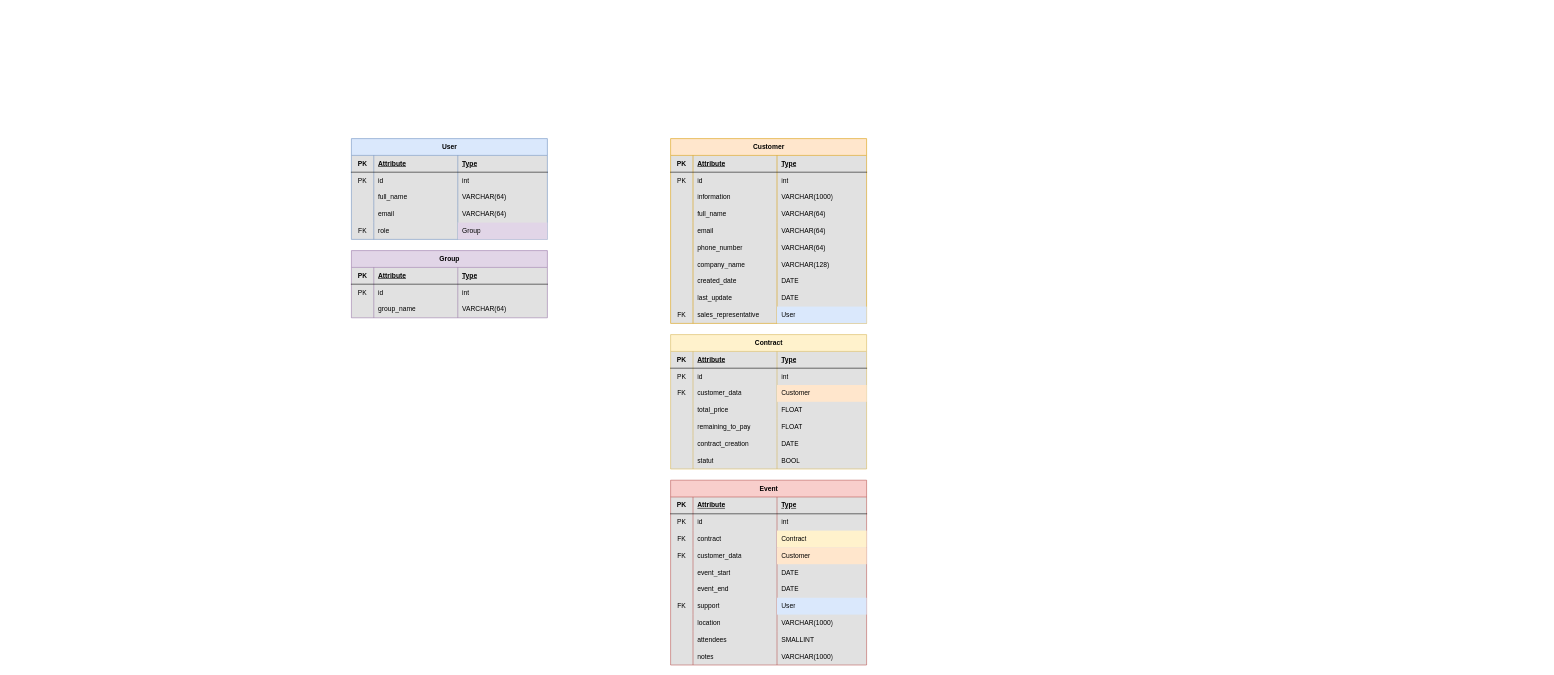
The draw.io diagram class_diagrams.drawio in CuteSlime/P12_Developpez_une_architecture_back-end_securisee_avec_Python_et_SQL, before the edit. Source tidied: cells renumbered, new cells numbered last; positions are measured from the earlier drawing's top-left corner, leaving out a move shared by most shapes. Both pictures are drawn from the tidied source at 56%, with x=0, y=0 at pixel (351, 138).
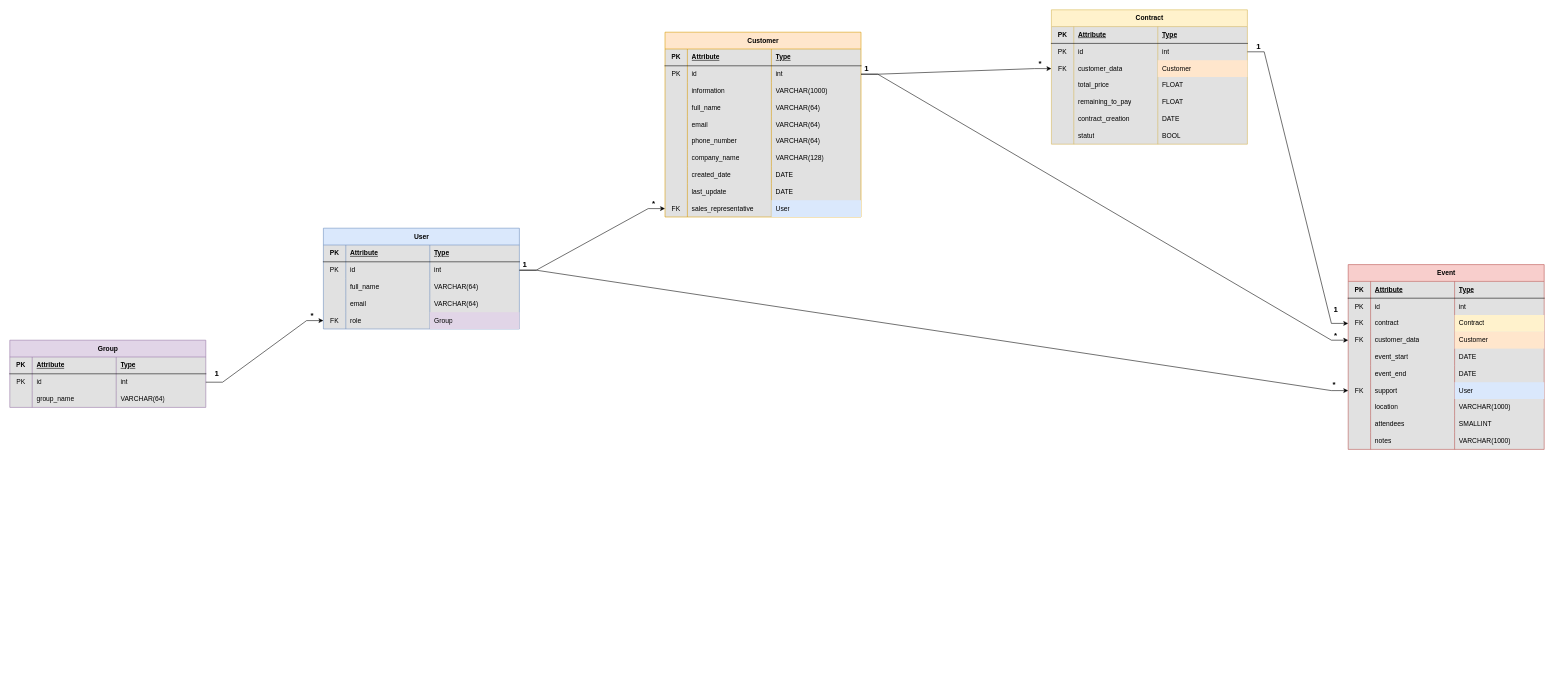
The same diagram, later.

Commit message:
Mettre à jour class_diagrams.drawio

The change refers to these unchanged cells:
```xml
<mxCell id="7" style="shape=tableRow;horizontal=0;startSize=0;swimlaneHead=0;swimlaneBody=0;fillColor=none;points=[[0,0.5],[1,0.5]];portConstraint=eastwest;top=0;left=0;right=0;bottom=0;" parent="2" vertex="1">
  <mxGeometry y="60" width="350" height="30" as="geometry" />
</mxCell>
<mxCell id="39" style="shape=tableRow;horizontal=0;startSize=0;swimlaneHead=0;swimlaneBody=0;fillColor=none;points=[[0,0.5],[1,0.5]];portConstraint=eastwest;top=0;left=0;right=0;bottom=0;" parent="2" vertex="1">
  <mxGeometry y="300" width="350" height="30" as="geometry" />
</mxCell>
<mxCell id="48" style="shape=tableRow;horizontal=0;startSize=0;swimlaneHead=0;swimlaneBody=0;fillColor=none;points=[[0,0.5],[1,0.5]];portConstraint=eastwest;top=0;left=0;right=0;bottom=0;" parent="43" vertex="1">
  <mxGeometry y="60" width="350" height="30" as="geometry" />
</mxCell>
<mxCell id="60" style="shape=tableRow;horizontal=0;startSize=0;swimlaneHead=0;swimlaneBody=0;fillColor=none;points=[[0,0.5],[1,0.5]];portConstraint=eastwest;top=0;left=0;right=0;bottom=0;" parent="43" vertex="1">
  <mxGeometry y="150" width="350" height="30" as="geometry" />
</mxCell>
<mxCell id="69" style="shape=tableRow;horizontal=0;startSize=0;swimlaneHead=0;swimlaneBody=0;fillColor=none;points=[[0,0.5],[1,0.5]];portConstraint=eastwest;top=0;left=0;right=0;bottom=0;" parent="64" vertex="1">
  <mxGeometry y="60" width="350" height="30" as="geometry" />
</mxCell>
<mxCell id="82" style="shape=tableRow;horizontal=0;startSize=0;swimlaneHead=0;swimlaneBody=0;fillColor=none;points=[[0,0.5],[1,0.5]];portConstraint=eastwest;top=0;left=0;right=0;bottom=0;" parent="77" vertex="1">
  <mxGeometry y="60" width="350" height="30" as="geometry" />
</mxCell>
<mxCell id="86" style="shape=tableRow;horizontal=0;startSize=0;swimlaneHead=0;swimlaneBody=0;fillColor=none;points=[[0,0.5],[1,0.5]];portConstraint=eastwest;top=0;left=0;right=0;bottom=0;" parent="77" vertex="1">
  <mxGeometry y="90" width="350" height="30" as="geometry" />
</mxCell>
<mxCell id="115" style="shape=tableRow;horizontal=0;startSize=0;swimlaneHead=0;swimlaneBody=0;fillColor=none;points=[[0,0.5],[1,0.5]];portConstraint=eastwest;top=0;left=0;right=0;bottom=0;" parent="106" vertex="1">
  <mxGeometry y="90" width="350" height="30" as="geometry" />
</mxCell>
<mxCell id="119" style="shape=tableRow;horizontal=0;startSize=0;swimlaneHead=0;swimlaneBody=0;fillColor=none;points=[[0,0.5],[1,0.5]];portConstraint=eastwest;top=0;left=0;right=0;bottom=0;" parent="106" vertex="1">
  <mxGeometry y="120" width="350" height="30" as="geometry" />
</mxCell>
<mxCell id="131" style="shape=tableRow;horizontal=0;startSize=0;swimlaneHead=0;swimlaneBody=0;fillColor=none;points=[[0,0.5],[1,0.5]];portConstraint=eastwest;top=0;left=0;right=0;bottom=0;" parent="106" vertex="1">
  <mxGeometry y="210" width="350" height="30" as="geometry" />
</mxCell>
```

Change to the diagram source:
```diff
@@
     <mxCell id="2" value="Customer" style="shape=table;startSize=30;childLayout=tableLayout;rowLines=0;fontStyle=1;align=center;html=1;fillColor=#ffe6cc;strokeColor=#d79b00;swimlaneFillColor=#E1E1E1;" parent="1" vertex="1">
-      <mxGeometry x="570" width="350" height="330" as="geometry" />
+      <mxGeometry x="560" y="-190" width="350" height="330" as="geometry" />
     </mxCell>
@@
     <mxCell id="43" value="User" style="shape=table;startSize=30;childLayout=tableLayout;rowLines=0;fontStyle=1;align=center;html=1;fillColor=#dae8fc;strokeColor=#6c8ebf;swimlaneFillColor=#E1E1E1;" parent="1" vertex="1">
-      <mxGeometry width="350" height="180" as="geometry" />
+      <mxGeometry x="-50" y="160" width="350" height="180" as="geometry" />
     </mxCell>
@@
     <mxCell id="64" value="Group" style="shape=table;startSize=30;childLayout=tableLayout;rowLines=0;fontStyle=1;align=center;html=1;swimlaneFillColor=#E1E1E1;fillColor=#e1d5e7;strokeColor=#9673a6;" parent="1" vertex="1">
-      <mxGeometry y="200" width="350" height="120" as="geometry" />
+      <mxGeometry x="-610" y="360" width="350" height="120" as="geometry" />
     </mxCell>
@@
     <mxCell id="77" value="Contract" style="shape=table;startSize=30;childLayout=tableLayout;rowLines=0;fontStyle=1;align=center;html=1;fillColor=#fff2cc;strokeColor=#d6b656;swimlaneFillColor=#E1E1E1;" parent="1" vertex="1">
-      <mxGeometry x="570" y="350" width="350" height="240" as="geometry" />
+      <mxGeometry x="1250" y="-230" width="350" height="240" as="geometry" />
     </mxCell>
@@
     <mxCell id="106" value="Event" style="shape=table;startSize=30;childLayout=tableLayout;rowLines=0;fontStyle=1;align=center;html=1;fillColor=#f8cecc;strokeColor=#b85450;swimlaneFillColor=#E1E1E1;" parent="1" vertex="1">
-      <mxGeometry x="570" y="610" width="350" height="330" as="geometry" />
+      <mxGeometry x="1780" y="225" width="350" height="330" as="geometry" />
     </mxCell>
@@
+    <mxCell id="147" style="edgeStyle=entityRelationEdgeStyle;rounded=0;jettySize=auto;html=1;entryX=0;entryY=0.5;entryDx=0;entryDy=0;" parent="1" edge="1" source="69" target="60">
+      <mxGeometry relative="1" as="geometry" />
+    </mxCell>
+    <mxCell id="148" style="edgeStyle=entityRelationEdgeStyle;rounded=0;jettySize=auto;html=1;entryX=0;entryY=0.5;entryDx=0;entryDy=0;exitX=1;exitY=0.5;exitDx=0;exitDy=0;" parent="1" edge="1" source="48" target="39">
+      <mxGeometry relative="1" as="geometry" />
+    </mxCell>
+    <mxCell id="149" style="edgeStyle=entityRelationEdgeStyle;rounded=0;jettySize=auto;html=1;entryX=0;entryY=0.5;entryDx=0;entryDy=0;" parent="1" edge="1" source="7" target="119">
+      <mxGeometry relative="1" as="geometry" />
+    </mxCell>
+    <mxCell id="150" style="edgeStyle=entityRelationEdgeStyle;rounded=0;jettySize=auto;html=1;entryX=0;entryY=0.5;entryDx=0;entryDy=0;" parent="1" edge="1" source="7" target="86">
+      <mxGeometry relative="1" as="geometry" />
+    </mxCell>
+    <mxCell id="151" style="edgeStyle=entityRelationEdgeStyle;rounded=0;jettySize=auto;html=1;" parent="1" edge="1" source="82" target="115">
+      <mxGeometry relative="1" as="geometry" />
+    </mxCell>
+    <mxCell id="152" style="edgeStyle=entityRelationEdgeStyle;rounded=0;jettySize=auto;html=1;entryX=0;entryY=0.5;entryDx=0;entryDy=0;" parent="1" edge="1" source="48" target="131">
+      <mxGeometry relative="1" as="geometry" />
+    </mxCell>
+    <mxCell id="153" value="*" style="text;html=1;align=center;verticalAlign=middle;whiteSpace=wrap;rounded=0;fontSize=14;fontStyle=1;" parent="1" vertex="1">
+      <mxGeometry x="1747" y="424" width="16" height="30" as="geometry" />
+    </mxCell>
+    <mxCell id="154" value="*" style="text;html=1;align=center;verticalAlign=middle;whiteSpace=wrap;rounded=0;fontSize=14;fontStyle=1;" parent="1" vertex="1">
+      <mxGeometry x="-80" y="300" width="20" height="30" as="geometry" />
+    </mxCell>
+    <mxCell id="155" value="1" style="text;html=1;align=center;verticalAlign=middle;whiteSpace=wrap;rounded=0;fontSize=14;fontStyle=1;" parent="1" vertex="1">
+      <mxGeometry x="-250" y="405" width="20" height="30" as="geometry" />
+    </mxCell>
+    <mxCell id="156" value="1" style="text;html=1;align=center;verticalAlign=middle;whiteSpace=wrap;rounded=0;fontSize=14;fontStyle=1;" parent="1" vertex="1">
+      <mxGeometry x="300" y="210" width="20" height="30" as="geometry" />
+    </mxCell>
+    <mxCell id="157" value="*" style="text;html=1;align=center;verticalAlign=middle;whiteSpace=wrap;rounded=0;fontSize=14;fontStyle=1;" parent="1" vertex="1">
+      <mxGeometry x="530" y="100" width="20" height="30" as="geometry" />
+    </mxCell>
+    <mxCell id="158" value="1" style="text;html=1;align=center;verticalAlign=middle;whiteSpace=wrap;rounded=0;fontSize=14;fontStyle=1;" parent="1" vertex="1">
+      <mxGeometry x="910" y="-140" width="20" height="30" as="geometry" />
+    </mxCell>
+    <mxCell id="159" value="*" style="text;html=1;align=center;verticalAlign=middle;whiteSpace=wrap;rounded=0;fontSize=14;fontStyle=1;" parent="1" vertex="1">
+      <mxGeometry x="1220" y="-150" width="20" height="30" as="geometry" />
+    </mxCell>
+    <mxCell id="160" value="*" style="text;html=1;align=center;verticalAlign=middle;whiteSpace=wrap;rounded=0;fontSize=14;fontStyle=1;" parent="1" vertex="1">
+      <mxGeometry x="1748" y="337" width="20" height="30" as="geometry" />
+    </mxCell>
+    <mxCell id="161" value="1" style="text;html=1;align=center;verticalAlign=middle;whiteSpace=wrap;rounded=0;fontSize=14;fontStyle=1;" parent="1" vertex="1">
+      <mxGeometry x="1748" y="290" width="20" height="30" as="geometry" />
+    </mxCell>
+    <mxCell id="162" value="1" style="text;html=1;align=center;verticalAlign=middle;whiteSpace=wrap;rounded=0;fontSize=14;fontStyle=1;" parent="1" vertex="1">
+      <mxGeometry x="1610" y="-180" width="20" height="30" as="geometry" />
+    </mxCell>
```
